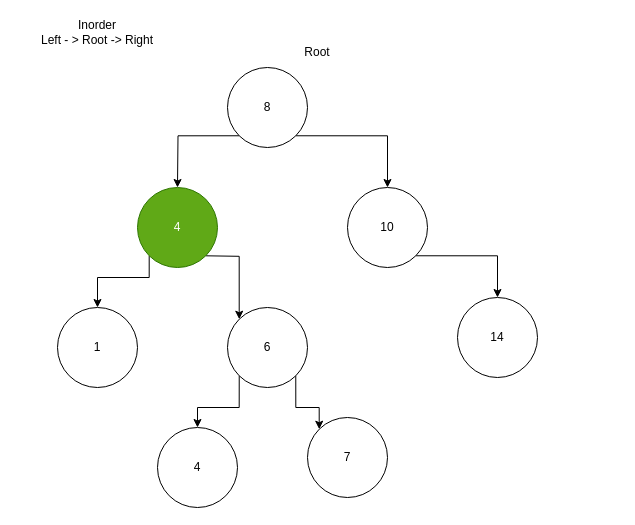
Earlier version of the draw.io diagram page "Page-1" (1 of 2) of trees/02. Binary Search Trees/01. Basics/build_bst.drawio (geeksterin/Feb22-DSA-JS-Fundamentals). Source tidied: cells renumbered, new cells numbered last; positions are measured from the earlier drawing's top-left corner, leaving out a move shared by most shapes. Both pictures are drawn from the tidied source at 100%, with x=0, y=0 at pixel (17, 17).
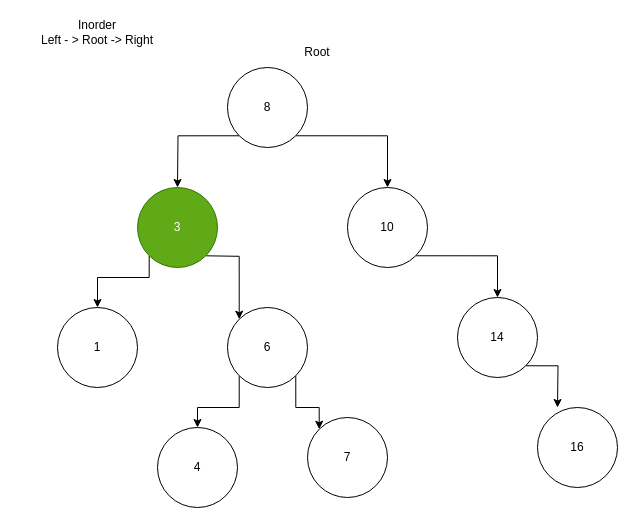
After the change.

Commit message (it also covers changes not shown here):
binary search tree - deletion

Unchanged cells that the change refers to:
```xml
<mxCell id="9" value="14" style="ellipse;whiteSpace=wrap;html=1;" parent="1" vertex="1">
  <mxGeometry x="440" y="280" width="80" height="80" as="geometry" />
</mxCell>
```

The edit, as a diff of the source:
```diff
@@
+    <mxCell id="19" style="edgeStyle=orthogonalEdgeStyle;rounded=0;jettySize=auto;html=1;exitX=1;exitY=1;exitDx=0;exitDy=0;" parent="1" edge="1" source="9">
+      <mxGeometry relative="1" as="geometry">
+        <mxPoint x="540" y="390" as="targetPoint" />
+      </mxGeometry>
+    </mxCell>
@@
-    <mxCell id="17" value="4" style="ellipse;whiteSpace=wrap;html=1;fillColor=#60a917;fontColor=#ffffff;strokeColor=#2D7600;" parent="1" vertex="1">
+    <mxCell id="17" value="3" style="ellipse;whiteSpace=wrap;html=1;fillColor=#60a917;fontColor=#ffffff;strokeColor=#2D7600;" parent="1" vertex="1">
       <mxGeometry x="120" y="170" width="80" height="80" as="geometry" />
     </mxCell>
@@
+    <mxCell id="20" value="16" style="ellipse;whiteSpace=wrap;html=1;" parent="1" vertex="1">
+      <mxGeometry x="520" y="390" width="80" height="80" as="geometry" />
+    </mxCell>
```
